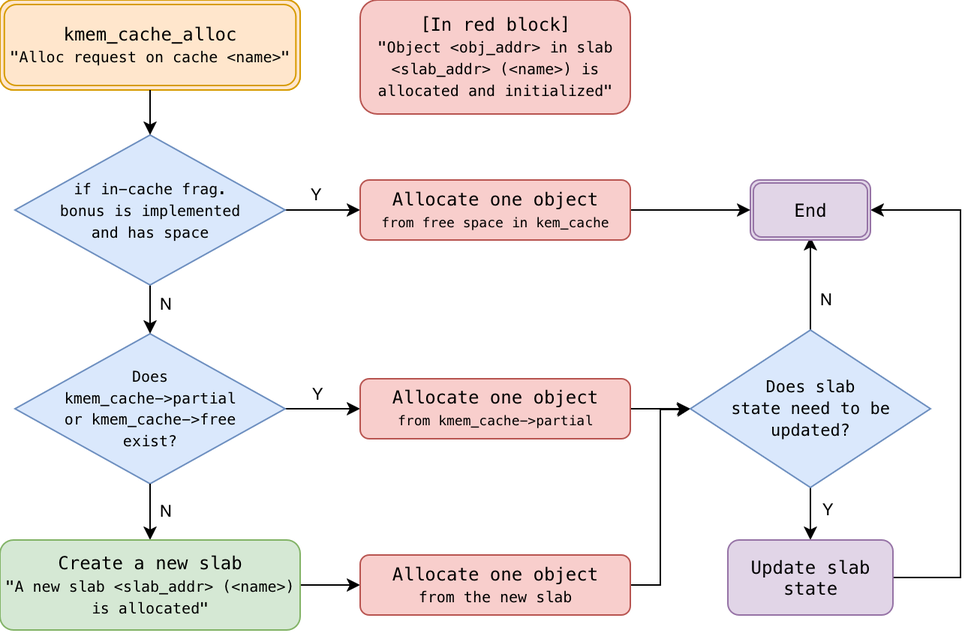
Before: doc/images/mp2-slab-alloc.png, a diagram exported from draw.io (Shiritai/xv6-ntu-mp). Source tidied: cells renumbered, new cells last; positions are measured from the earlier drawing's top-left corner, leaving out a move shared by most shapes.
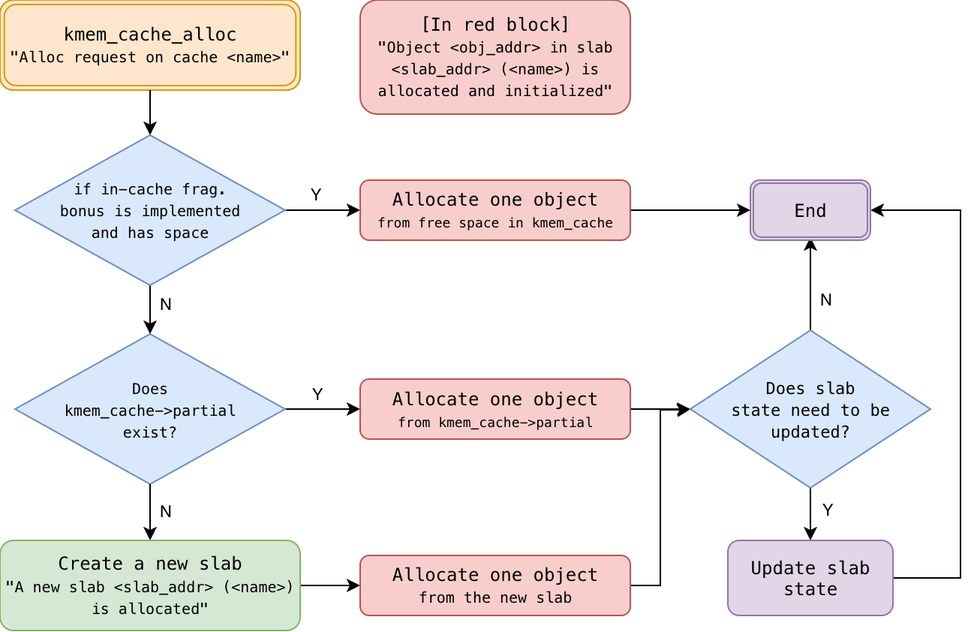
Later version of the same file.

Commit message:
fix: update slab allocator diagram image

What changed in the source:
```diff
@@ -10,7 +10,7 @@
         <mxPoint y="-10" as="offset" />
       </mxGeometry>
     </mxCell>
-    <mxCell id="4" value="&lt;div&gt;&lt;font style=&quot;font-size: 10px;&quot; face=&quot;MesloLGM Nerd Font&quot;&gt;Does&lt;br&gt;kmem_cache-&amp;gt;partial&lt;/font&gt;&lt;/div&gt;&lt;div&gt;&lt;font style=&quot;font-size: 10px;&quot; face=&quot;MesloLGM Nerd Font&quot;&gt;or &lt;/font&gt;&lt;font style=&quot;font-size: 10px;&quot;&gt;&lt;font face=&quot;MesloLGM Nerd Font&quot;&gt;kmem_cache-&amp;gt;free&lt;/font&gt;&lt;/font&gt;&lt;/div&gt;&lt;div&gt;&lt;font style=&quot;font-size: 10px;&quot; face=&quot;MesloLGM Nerd Font&quot;&gt;exist?&lt;/font&gt;&lt;/div&gt;" style="rhombus;whiteSpace=wrap;html=1;fillColor=#dae8fc;strokeColor=#6c8ebf;rounded=0;" parent="1" vertex="1">
+    <mxCell id="4" value="&lt;div&gt;&lt;font style=&quot;font-size: 10px;&quot; face=&quot;MesloLGM Nerd Font&quot;&gt;Does&lt;br&gt;kmem_cache-&amp;gt;partial&lt;/font&gt;&lt;/div&gt;&lt;div&gt;&lt;font style=&quot;font-size: 10px;&quot; face=&quot;MesloLGM Nerd Font&quot;&gt;exist?&lt;/font&gt;&lt;/div&gt;" style="rhombus;whiteSpace=wrap;html=1;fillColor=#dae8fc;strokeColor=#6c8ebf;rounded=0;" parent="1" vertex="1">
       <mxGeometry x="10" y="222.5" width="180" height="100" as="geometry" />
     </mxCell>
     <mxCell id="5" style="edgeStyle=orthogonalEdgeStyle;rounded=0;jettySize=auto;html=1;entryX=0;entryY=0.5;entryDx=0;entryDy=0;" parent="1" edge="1" source="6" target="22">
@@ -123,7 +123,7 @@
         </Array>
       </mxGeometry>
     </mxCell>
-    <mxCell id="33" value="&lt;div&gt;&lt;font face=&quot;MesloLGM Nerd Font&quot;&gt;Allocate one &lt;/font&gt;&lt;font face=&quot;MesloLGM Nerd Font&quot;&gt;object&lt;/font&gt;&lt;/div&gt;&lt;div&gt;&lt;font style=&quot;font-size: 9px;&quot; face=&quot;MesloLGM Nerd Font&quot;&gt;from free space in kem_&lt;font&gt;cache&lt;/font&gt;&lt;/font&gt;&lt;/div&gt;" style="rounded=1;whiteSpace=wrap;html=1;fillColor=#f8cecc;strokeColor=#b85450;" parent="1" vertex="1">
+    <mxCell id="33" value="&lt;div&gt;&lt;font face=&quot;MesloLGM Nerd Font&quot;&gt;Allocate one &lt;/font&gt;&lt;font face=&quot;MesloLGM Nerd Font&quot;&gt;object&lt;/font&gt;&lt;/div&gt;&lt;div&gt;&lt;font style=&quot;font-size: 9px;&quot; face=&quot;MesloLGM Nerd Font&quot;&gt;from free space in kmem_&lt;font&gt;cache&lt;/font&gt;&lt;/font&gt;&lt;/div&gt;" style="rounded=1;whiteSpace=wrap;html=1;fillColor=#f8cecc;strokeColor=#b85450;" parent="1" vertex="1">
       <mxGeometry x="240" y="120" width="180" height="40" as="geometry" />
     </mxCell>
     <mxCell id="34" style="edgeStyle=orthogonalEdgeStyle;rounded=0;jettySize=auto;html=1;entryX=0.5;entryY=0;entryDx=0;entryDy=0;" parent="1" edge="1" target="31">
```
